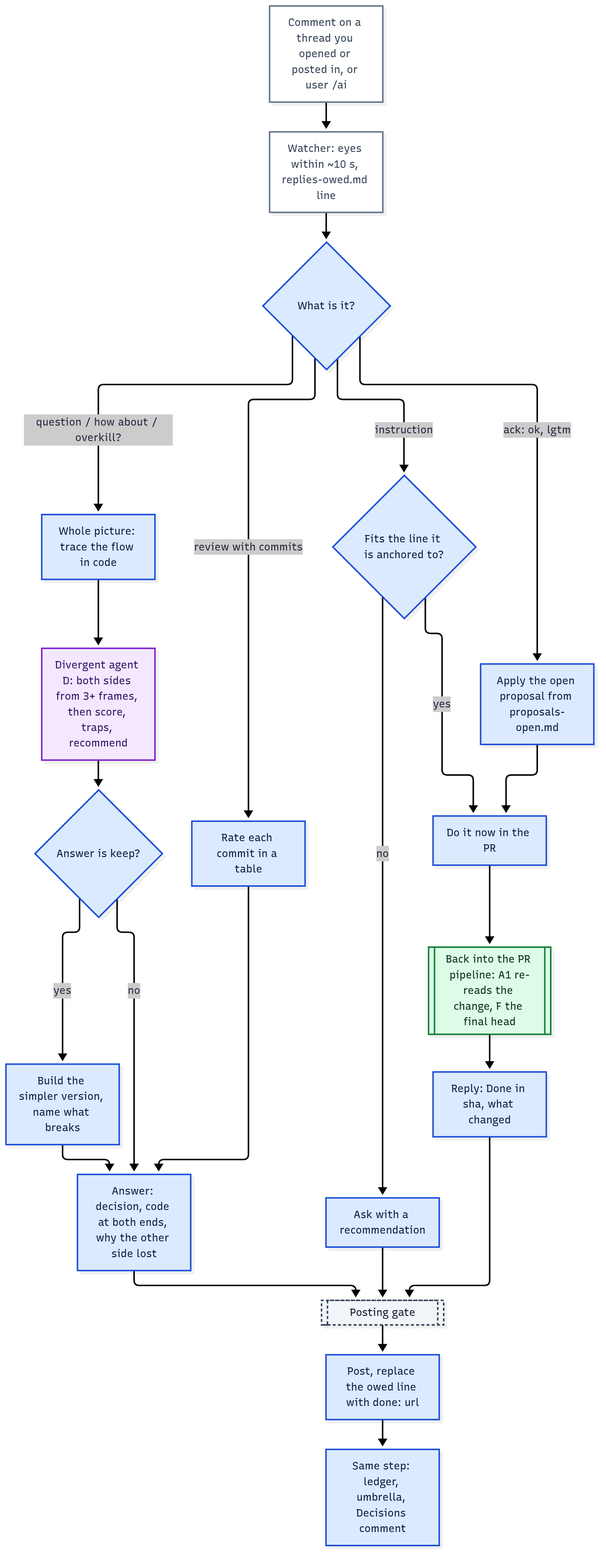
The Mermaid diagram docs/graphs/4-comment.png in nitedani/mergeworthy, before a commit. Its source is kept beside it as docs/graphs/4-comment.mmd. Source of this version:
```mermaid
flowchart TB
  E[Comment on a thread you opened or posted in, or user /ai]:::ext --> EYES[Watcher: eyes within ~10 s, replies-owed.md line]:::ext
  EYES --> K{What is it?}:::main
  K -->|instruction| FIT{Fits the line it is anchored to?}:::main
  FIT -->|no| ASK[Ask with a recommendation]:::main --> GATE
  FIT -->|yes| DO[Do it now in the PR]:::main --> RE[[Back into the PR pipeline: A1 re-reads the change, F the final head]]:::reader --> DONE[Reply: Done in sha, what changed]:::main
  K -->|question / how about / overkill?| PIC[Whole picture: trace the flow in code]:::main --> D[Divergent agent D: both sides from 3+ frames, then score, traps, recommend]:::diverge --> SIMP{Answer is keep?}:::main
  SIMP -->|yes| BLD[Build the simpler version, name what breaks]:::main --> ANS
  SIMP -->|no| ANS[Answer: decision, code at both ends, why the other side lost]:::main
  K -->|ack: ok, lgtm| APPLY[Apply the open proposal from proposals-open.md]:::main --> DO
  K -->|review with commits| TBL[Rate each commit in a table]:::main --> ANS
  DONE --> GATE[[Posting gate]]:::gate
  ANS --> GATE
  GATE --> POST[Post, replace the owed line with done: url]:::main --> BOOK[Same step: ledger, umbrella, Decisions comment]:::main
  classDef main fill:#dbeafe,stroke:#1d4ed8,color:#0b1b3f
  classDef reader fill:#dcfce7,stroke:#15803d,color:#052e16
  classDef fresh fill:#fef3c7,stroke:#b45309,color:#3b1d02
  classDef diverge fill:#f3e8ff,stroke:#7e22ce,color:#2e1065
  classDef local fill:#ffe4e6,stroke:#be123c,color:#4c0519
  classDef gate fill:#f1f5f9,stroke:#334155,color:#0f172a,stroke-dasharray:4 3
  classDef ext fill:#ffffff,stroke:#64748b,color:#334155
```
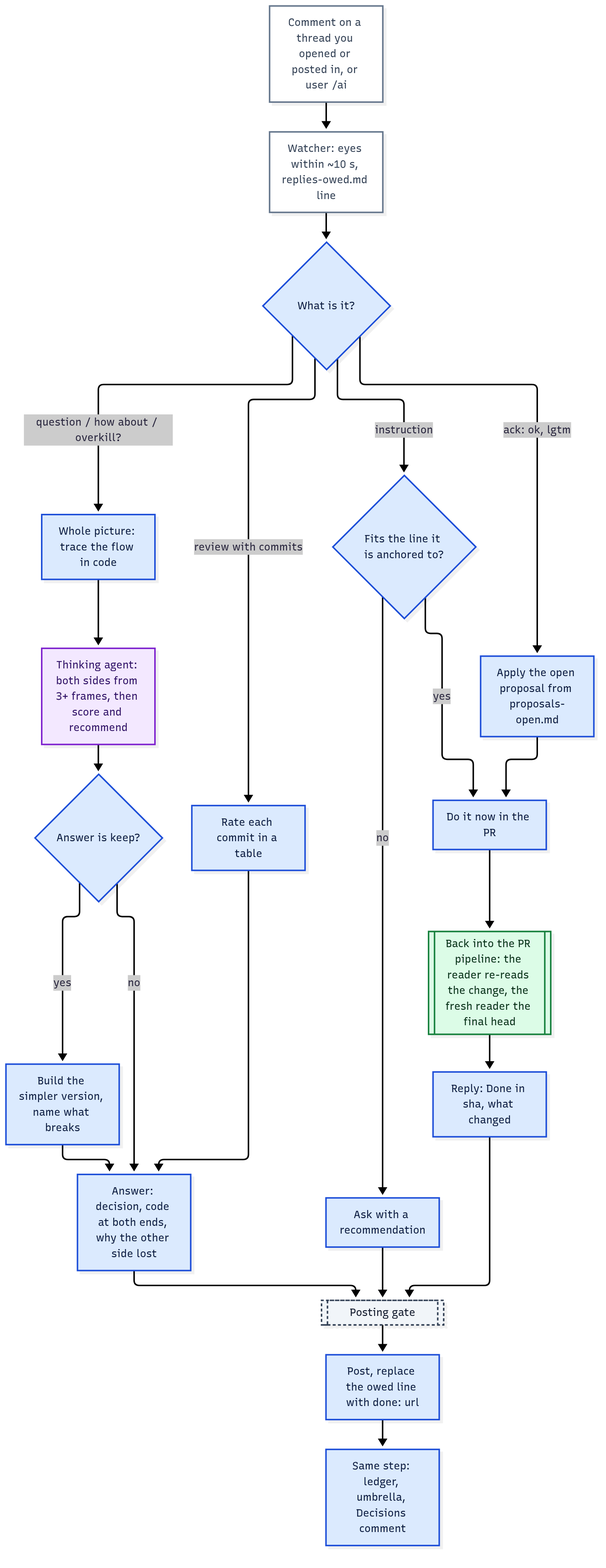
The same diagram one commit later.

Diff of the diagram source:
```diff
@@ -3,8 +3,8 @@
   EYES --> K{What is it?}:::main
   K -->|instruction| FIT{Fits the line it is anchored to?}:::main
   FIT -->|no| ASK[Ask with a recommendation]:::main --> GATE
-  FIT -->|yes| DO[Do it now in the PR]:::main --> RE[[Back into the PR pipeline: A1 re-reads the change, F the final head]]:::reader --> DONE[Reply: Done in sha, what changed]:::main
-  K -->|question / how about / overkill?| PIC[Whole picture: trace the flow in code]:::main --> D[Divergent agent D: both sides from 3+ frames, then score, traps, recommend]:::diverge --> SIMP{Answer is keep?}:::main
+  FIT -->|yes| DO[Do it now in the PR]:::main --> RE[[Back into the PR pipeline: the reader re-reads the change, the fresh reader the final head]]:::reader --> DONE[Reply: Done in sha, what changed]:::main
+  K -->|question / how about / overkill?| PIC[Whole picture: trace the flow in code]:::main --> D[Thinking agent: both sides from 3+ frames, then score and recommend]:::diverge --> SIMP{Answer is keep?}:::main
   SIMP -->|yes| BLD[Build the simpler version, name what breaks]:::main --> ANS
   SIMP -->|no| ANS[Answer: decision, code at both ends, why the other side lost]:::main
   K -->|ack: ok, lgtm| APPLY[Apply the open proposal from proposals-open.md]:::main --> DO
```
